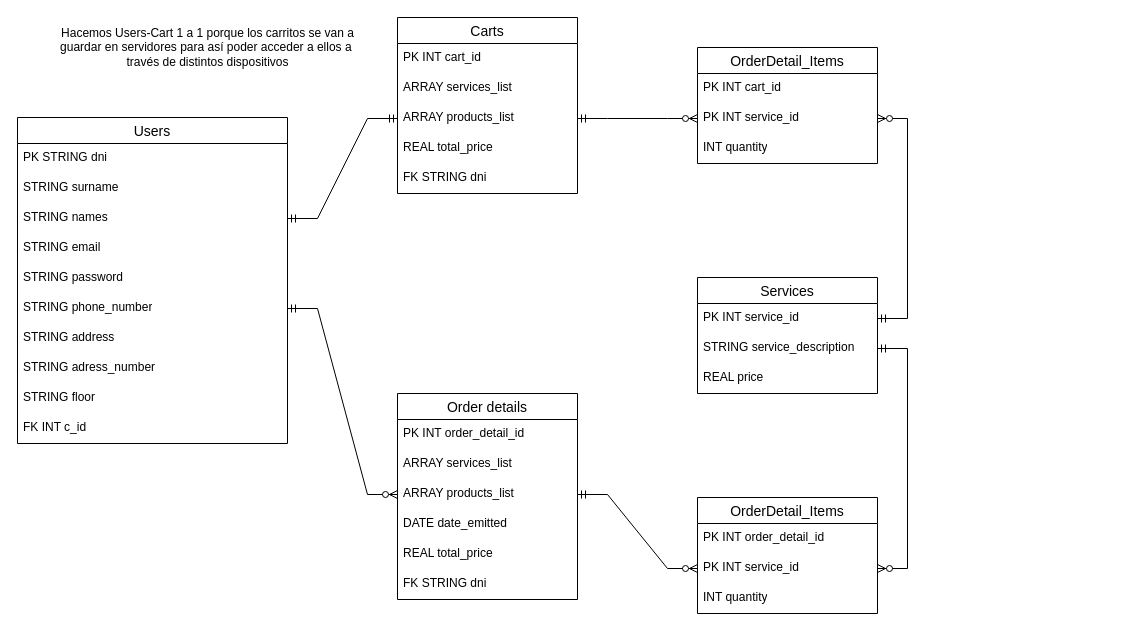
Earlier version of the draw.io diagram archivos/BD.drawio (nicolasRuarte/olimpiadas-fvhn). Source tidied: cells renumbered, new cells numbered last; positions are measured from the earlier drawing's top-left corner, leaving out a move shared by most shapes. Both pictures are drawn from the tidied source at 100%, with x=0, y=0 at pixel (17, 17).
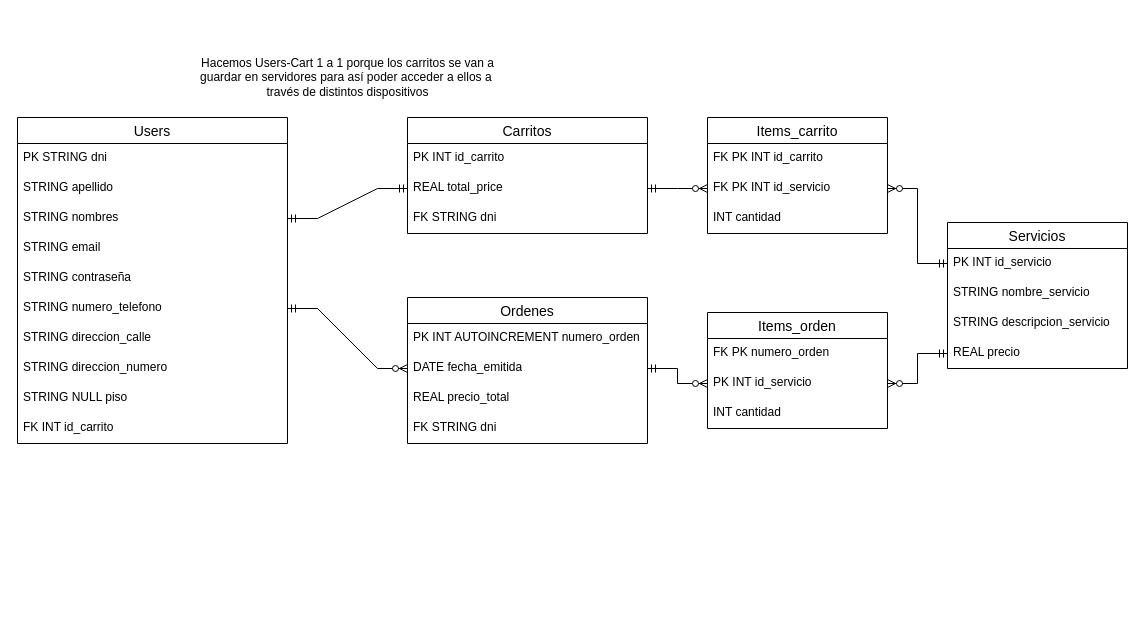
After the change.

Commit message:
Traduciendo diagrama a español

The change refers to these unchanged cells:
```xml
<mxCell id="2" value="Users" style="swimlane;fontStyle=0;horizontal=1;startSize=26;align=center;fontSize=14;" parent="1" vertex="1">
  <mxGeometry y="100" width="270" height="326" as="geometry" />
</mxCell>
```

Diff of the diagram source:
```diff
@@
-    <mxCell id="4" value="STRING surname" style="text;strokeColor=none;fillColor=none;spacingLeft=4;spacingRight=4;overflow=hidden;fontSize=12;whiteSpace=wrap;html=1;" parent="2" vertex="1">
+    <mxCell id="4" value="STRING apellido" style="text;strokeColor=none;fillColor=none;spacingLeft=4;spacingRight=4;overflow=hidden;fontSize=12;whiteSpace=wrap;html=1;" parent="2" vertex="1">
       <mxGeometry y="56" width="270" height="30" as="geometry" />
     </mxCell>
-    <mxCell id="5" value="STRING names" style="text;strokeColor=none;fillColor=none;spacingLeft=4;spacingRight=4;overflow=hidden;points=[[0,0.5],[1,0.5]];portConstraint=eastwest;fontSize=12;whiteSpace=wrap;html=1;" parent="2" vertex="1">
+    <mxCell id="5" value="STRING nombres" style="text;strokeColor=none;fillColor=none;spacingLeft=4;spacingRight=4;overflow=hidden;points=[[0,0.5],[1,0.5]];portConstraint=eastwest;fontSize=12;whiteSpace=wrap;html=1;" parent="2" vertex="1">
       <mxGeometry y="86" width="270" height="30" as="geometry" />
     </mxCell>
@@
-    <mxCell id="7" value="STRING password" style="text;strokeColor=none;fillColor=none;spacingLeft=4;spacingRight=4;overflow=hidden;fontSize=12;whiteSpace=wrap;html=1;" parent="2" vertex="1">
+    <mxCell id="7" value="STRING contraseña" style="text;strokeColor=none;fillColor=none;spacingLeft=4;spacingRight=4;overflow=hidden;fontSize=12;whiteSpace=wrap;html=1;" parent="2" vertex="1">
       <mxGeometry y="146" width="270" height="30" as="geometry" />
     </mxCell>
-    <mxCell id="8" value="STRING phone_number" style="text;strokeColor=none;fillColor=none;spacingLeft=4;spacingRight=4;overflow=hidden;points=[[0,0.5],[1,0.5]];portConstraint=eastwest;fontSize=12;whiteSpace=wrap;html=1;" parent="2" vertex="1">
+    <mxCell id="8" value="STRING numero_telefono" style="text;strokeColor=none;fillColor=none;spacingLeft=4;spacingRight=4;overflow=hidden;points=[[0,0.5],[1,0.5]];portConstraint=eastwest;fontSize=12;whiteSpace=wrap;html=1;" parent="2" vertex="1">
       <mxGeometry y="176" width="270" height="30" as="geometry" />
     </mxCell>
-    <mxCell id="9" value="STRING address" style="text;strokeColor=none;fillColor=none;spacingLeft=4;spacingRight=4;overflow=hidden;fontSize=12;whiteSpace=wrap;html=1;" parent="2" vertex="1">
+    <mxCell id="9" value="STRING direccion_calle" style="text;strokeColor=none;fillColor=none;spacingLeft=4;spacingRight=4;overflow=hidden;fontSize=12;whiteSpace=wrap;html=1;" parent="2" vertex="1">
       <mxGeometry y="206" width="270" height="30" as="geometry" />
     </mxCell>
-    <mxCell id="10" value="STRING adress_number" style="text;strokeColor=none;fillColor=none;spacingLeft=4;spacingRight=4;overflow=hidden;fontSize=12;whiteSpace=wrap;html=1;" parent="2" vertex="1">
+    <mxCell id="10" value="STRING direccion_numero" style="text;strokeColor=none;fillColor=none;spacingLeft=4;spacingRight=4;overflow=hidden;fontSize=12;whiteSpace=wrap;html=1;" parent="2" vertex="1">
       <mxGeometry y="236" width="270" height="30" as="geometry" />
     </mxCell>
-    <mxCell id="11" value="STRING floor" style="text;strokeColor=none;fillColor=none;spacingLeft=4;spacingRight=4;overflow=hidden;fontSize=12;whiteSpace=wrap;html=1;" parent="2" vertex="1">
+    <mxCell id="11" value="STRING NULL piso" style="text;strokeColor=none;fillColor=none;spacingLeft=4;spacingRight=4;overflow=hidden;fontSize=12;whiteSpace=wrap;html=1;" parent="2" vertex="1">
       <mxGeometry y="266" width="270" height="30" as="geometry" />
     </mxCell>
-    <mxCell id="12" value="FK INT c_id" style="text;strokeColor=none;fillColor=none;spacingLeft=4;spacingRight=4;overflow=hidden;fontSize=12;whiteSpace=wrap;html=1;" parent="2" vertex="1">
+    <mxCell id="12" value="FK INT id_carrito" style="text;strokeColor=none;fillColor=none;spacingLeft=4;spacingRight=4;overflow=hidden;fontSize=12;whiteSpace=wrap;html=1;" parent="2" vertex="1">
       <mxGeometry y="296" width="270" height="30" as="geometry" />
     </mxCell>
-    <mxCell id="13" value="Services" style="swimlane;fontStyle=0;horizontal=1;startSize=26;align=center;fontSize=14;" parent="1" vertex="1">
-      <mxGeometry x="680" y="260" width="180" height="116" as="geometry" />
+    <mxCell id="13" value="Servicios" style="swimlane;fontStyle=0;horizontal=1;startSize=26;align=center;fontSize=14;" parent="1" vertex="1">
+      <mxGeometry x="930" y="205" width="180" height="146" as="geometry" />
     </mxCell>
-    <mxCell id="14" value="PK INT service_id" style="text;strokeColor=none;fillColor=none;spacingLeft=4;spacingRight=4;overflow=hidden;points=[[0,0.5],[1,0.5]];portConstraint=eastwest;fontSize=12;whiteSpace=wrap;html=1;" parent="13" vertex="1">
+    <mxCell id="14" value="PK INT id_servicio" style="text;strokeColor=none;fillColor=none;spacingLeft=4;spacingRight=4;overflow=hidden;points=[[0,0.5],[1,0.5]];portConstraint=eastwest;fontSize=12;whiteSpace=wrap;html=1;" parent="13" vertex="1">
       <mxGeometry y="26" width="180" height="30" as="geometry" />
     </mxCell>
-    <mxCell id="15" value="STRING service_description" style="text;strokeColor=none;fillColor=none;spacingLeft=4;spacingRight=4;overflow=hidden;points=[[0,0.5],[1,0.5]];portConstraint=eastwest;fontSize=12;whiteSpace=wrap;html=1;" parent="13" vertex="1">
+    <mxCell id="15" value="STRING nombre_servicio" style="text;strokeColor=none;fillColor=none;spacingLeft=4;spacingRight=4;overflow=hidden;points=[[0,0.5],[1,0.5]];portConstraint=eastwest;fontSize=12;whiteSpace=wrap;html=1;" parent="13" vertex="1">
       <mxGeometry y="56" width="180" height="30" as="geometry" />
     </mxCell>
+    <mxCell id="45" value="STRING descripcion_servicio" style="text;strokeColor=none;fillColor=none;spacingLeft=4;spacingRight=4;overflow=hidden;fontSize=12;whiteSpace=wrap;html=1;" parent="13" vertex="1">
+      <mxGeometry y="86" width="180" height="30" as="geometry" />
+    </mxCell>
-    <mxCell id="16" value="REAL price" style="text;strokeColor=none;fillColor=none;spacingLeft=4;spacingRight=4;overflow=hidden;points=[[0,0.5],[1,0.5]];portConstraint=eastwest;fontSize=12;whiteSpace=wrap;html=1;" parent="13" vertex="1">
-      <mxGeometry y="86" width="180" height="30" as="geometry" />
+    <mxCell id="16" value="REAL precio" style="text;strokeColor=none;fillColor=none;spacingLeft=4;spacingRight=4;overflow=hidden;points=[[0,0.5],[1,0.5]];portConstraint=eastwest;fontSize=12;whiteSpace=wrap;html=1;" parent="13" vertex="1">
+      <mxGeometry y="116" width="180" height="30" as="geometry" />
     </mxCell>
-    <mxCell id="17" value="Carts" style="swimlane;fontStyle=0;horizontal=1;startSize=26;align=center;fontSize=14;" parent="1" vertex="1">
-      <mxGeometry x="380" width="180" height="176" as="geometry" />
+    <mxCell id="17" value="Carritos" style="swimlane;fontStyle=0;horizontal=1;startSize=26;align=center;fontSize=14;" parent="1" vertex="1">
+      <mxGeometry x="390" y="100" width="240" height="116" as="geometry" />
     </mxCell>
-    <mxCell id="18" value="PK INT cart_id" style="text;strokeColor=none;fillColor=none;spacingLeft=4;spacingRight=4;overflow=hidden;fontSize=12;whiteSpace=wrap;html=1;" parent="17" vertex="1">
-      <mxGeometry y="26" width="180" height="30" as="geometry" />
+    <mxCell id="18" value="PK INT id_carrito" style="text;strokeColor=none;fillColor=none;spacingLeft=4;spacingRight=4;overflow=hidden;fontSize=12;whiteSpace=wrap;html=1;" parent="17" vertex="1">
+      <mxGeometry y="26" width="240" height="30" as="geometry" />
     </mxCell>
-    <mxCell id="19" value="ARRAY services_list" style="text;strokeColor=none;fillColor=none;spacingLeft=4;spacingRight=4;overflow=hidden;fontSize=12;whiteSpace=wrap;html=1;" parent="17" vertex="1">
-      <mxGeometry y="56" width="180" height="30" as="geometry" />
-    </mxCell>
-    <mxCell id="20" value="ARRAY products_list" style="text;strokeColor=none;fillColor=none;spacingLeft=4;spacingRight=4;overflow=hidden;points=[[0,0.5],[1,0.5]];portConstraint=eastwest;fontSize=12;whiteSpace=wrap;html=1;" parent="17" vertex="1">
-      <mxGeometry y="86" width="180" height="30" as="geometry" />
-    </mxCell>
     <mxCell id="21" value="REAL total_price" style="text;strokeColor=none;fillColor=none;spacingLeft=4;spacingRight=4;overflow=hidden;points=[[0,0.5],[1,0.5]];portConstraint=eastwest;fontSize=12;whiteSpace=wrap;html=1;" parent="17" vertex="1">
-      <mxGeometry y="116" width="180" height="30" as="geometry" />
+      <mxGeometry y="56" width="240" height="30" as="geometry" />
     </mxCell>
     <mxCell id="22" value="FK STRING dni" style="text;strokeColor=none;fillColor=none;spacingLeft=4;spacingRight=4;overflow=hidden;fontSize=12;whiteSpace=wrap;html=1;" parent="17" vertex="1">
-      <mxGeometry y="146" width="180" height="30" as="geometry" />
+      <mxGeometry y="86" width="240" height="30" as="geometry" />
     </mxCell>
-    <mxCell id="23" value="Order details" style="swimlane;fontStyle=0;horizontal=1;startSize=26;align=center;fontSize=14;" parent="1" vertex="1">
-      <mxGeometry x="380" y="376" width="180" height="206" as="geometry" />
+    <mxCell id="23" value="Ordenes" style="swimlane;fontStyle=0;horizontal=1;startSize=26;align=center;fontSize=14;" parent="1" vertex="1">
+      <mxGeometry x="390" y="280" width="240" height="146" as="geometry" />
     </mxCell>
-    <mxCell id="24" value="PK INT order_detail_id" style="text;strokeColor=none;fillColor=none;spacingLeft=4;spacingRight=4;overflow=hidden;fontSize=12;whiteSpace=wrap;html=1;" parent="23" vertex="1">
-      <mxGeometry y="26" width="180" height="30" as="geometry" />
+    <mxCell id="24" value="PK INT AUTOINCREMENT numero_orden" style="text;strokeColor=none;fillColor=none;spacingLeft=4;spacingRight=4;overflow=hidden;fontSize=12;whiteSpace=wrap;html=1;" parent="23" vertex="1">
+      <mxGeometry y="26" width="240" height="30" as="geometry" />
     </mxCell>
-    <mxCell id="25" value="ARRAY services_list" style="text;strokeColor=none;fillColor=none;spacingLeft=4;spacingRight=4;overflow=hidden;fontSize=12;whiteSpace=wrap;html=1;" parent="23" vertex="1">
-      <mxGeometry y="56" width="180" height="30" as="geometry" />
-    </mxCell>
-    <mxCell id="26" value="ARRAY products_list" style="text;strokeColor=none;fillColor=none;spacingLeft=4;spacingRight=4;overflow=hidden;points=[[0,0.5],[1,0.5]];portConstraint=eastwest;fontSize=12;whiteSpace=wrap;html=1;" parent="23" vertex="1">
-      <mxGeometry y="86" width="180" height="30" as="geometry" />
-    </mxCell>
-    <mxCell id="27" value="DATE date_emitted" style="text;strokeColor=none;fillColor=none;spacingLeft=4;spacingRight=4;overflow=hidden;points=[[0,0.5],[1,0.5]];portConstraint=eastwest;fontSize=12;whiteSpace=wrap;html=1;" parent="23" vertex="1">
-      <mxGeometry y="116" width="180" height="30" as="geometry" />
+    <mxCell id="27" value="DATE fecha_emitida" style="text;strokeColor=none;fillColor=none;spacingLeft=4;spacingRight=4;overflow=hidden;points=[[0,0.5],[1,0.5]];portConstraint=eastwest;fontSize=12;whiteSpace=wrap;html=1;" parent="23" vertex="1">
+      <mxGeometry y="56" width="240" height="30" as="geometry" />
     </mxCell>
-    <mxCell id="28" value="REAL total_price" style="text;strokeColor=none;fillColor=none;spacingLeft=4;spacingRight=4;overflow=hidden;fontSize=12;whiteSpace=wrap;html=1;" parent="23" vertex="1">
-      <mxGeometry y="146" width="180" height="30" as="geometry" />
+    <mxCell id="28" value="REAL precio_total" style="text;strokeColor=none;fillColor=none;spacingLeft=4;spacingRight=4;overflow=hidden;fontSize=12;whiteSpace=wrap;html=1;" parent="23" vertex="1">
+      <mxGeometry y="86" width="240" height="30" as="geometry" />
     </mxCell>
     <mxCell id="29" value="FK STRING dni" style="text;strokeColor=none;fillColor=none;spacingLeft=4;spacingRight=4;overflow=hidden;fontSize=12;whiteSpace=wrap;html=1;" parent="23" vertex="1">
-      <mxGeometry y="176" width="180" height="30" as="geometry" />
+      <mxGeometry y="116" width="240" height="30" as="geometry" />
     </mxCell>
     <mxCell id="30" value="Hacemos Users-Cart 1 a 1 porque los carritos se van a&lt;div&gt;guardar en servidores para así poder acceder a ellos a&amp;nbsp;&lt;/div&gt;&lt;div&gt;través de distintos dispositivos&lt;/div&gt;" style="text;html=1;align=center;verticalAlign=middle;strokeColor=none;fillColor=none;" parent="1" vertex="1">
-      <mxGeometry x="30" width="320" height="60" as="geometry" />
+      <mxGeometry x="170" y="30" width="320" height="60" as="geometry" />
     </mxCell>
-    <mxCell id="31" value="OrderDetail_Items" style="swimlane;fontStyle=0;horizontal=1;startSize=26;align=center;fontSize=14;" parent="1" vertex="1">
-      <mxGeometry x="680" y="480" width="180" height="116" as="geometry" />
+    <mxCell id="31" value="Items_orden" style="swimlane;fontStyle=0;horizontal=1;startSize=26;align=center;fontSize=14;" parent="1" vertex="1">
+      <mxGeometry x="690" y="295" width="180" height="116" as="geometry" />
     </mxCell>
-    <mxCell id="32" value="PK INT order_detail_id" style="text;strokeColor=none;fillColor=none;spacingLeft=4;spacingRight=4;overflow=hidden;fontSize=12;whiteSpace=wrap;html=1;" parent="31" vertex="1">
+    <mxCell id="32" value="FK PK numero_orden" style="text;strokeColor=none;fillColor=none;spacingLeft=4;spacingRight=4;overflow=hidden;fontSize=12;whiteSpace=wrap;html=1;" parent="31" vertex="1">
       <mxGeometry y="26" width="180" height="30" as="geometry" />
     </mxCell>
-    <mxCell id="33" value="PK INT service_id" style="text;strokeColor=none;fillColor=none;spacingLeft=4;spacingRight=4;overflow=hidden;points=[[0,0.5],[1,0.5]];portConstraint=eastwest;fontSize=12;whiteSpace=wrap;html=1;" parent="31" vertex="1">
+    <mxCell id="33" value="PK INT id_servicio" style="text;strokeColor=none;fillColor=none;spacingLeft=4;spacingRight=4;overflow=hidden;points=[[0,0.5],[1,0.5]];portConstraint=eastwest;fontSize=12;whiteSpace=wrap;html=1;" parent="31" vertex="1">
       <mxGeometry y="56" width="180" height="30" as="geometry" />
     </mxCell>
-    <mxCell id="34" value="INT quantity" style="text;strokeColor=none;fillColor=none;spacingLeft=4;spacingRight=4;overflow=hidden;fontSize=12;whiteSpace=wrap;html=1;" parent="31" vertex="1">
+    <mxCell id="34" value="INT cantidad" style="text;strokeColor=none;fillColor=none;spacingLeft=4;spacingRight=4;overflow=hidden;fontSize=12;whiteSpace=wrap;html=1;" parent="31" vertex="1">
       <mxGeometry y="86" width="180" height="30" as="geometry" />
     </mxCell>
-    <mxCell id="35" style="edgeStyle=entityRelationEdgeStyle;fontSize=12;html=1;endArrow=ERmandOne;startArrow=ERmandOne;rounded=0;exitX=1;exitY=0.5;exitDx=0;exitDy=0;entryX=0;entryY=0.5;entryDx=0;entryDy=0;" parent="1" edge="1" source="5" target="20">
+    <mxCell id="35" style="edgeStyle=entityRelationEdgeStyle;fontSize=12;html=1;endArrow=ERmandOne;startArrow=ERmandOne;rounded=0;exitX=1;exitY=0.5;exitDx=0;exitDy=0;entryX=0;entryY=0.5;entryDx=0;entryDy=0;" parent="1" edge="1" source="5" target="21">
       <mxGeometry relative="1" as="geometry" />
     </mxCell>
-    <mxCell id="36" style="edgeStyle=entityRelationEdgeStyle;fontSize=12;html=1;endArrow=ERzeroToMany;startArrow=ERmandOne;rounded=0;entryX=0;entryY=0.5;entryDx=0;entryDy=0;" parent="1" edge="1" source="8" target="26">
+    <mxCell id="36" style="edgeStyle=entityRelationEdgeStyle;fontSize=12;html=1;endArrow=ERzeroToMany;startArrow=ERmandOne;rounded=0;entryX=0;entryY=0.5;entryDx=0;entryDy=0;" parent="1" edge="1" source="8" target="27">
       <mxGeometry relative="1" as="geometry" />
     </mxCell>
-    <mxCell id="37" style="edgeStyle=entityRelationEdgeStyle;fontSize=12;html=1;endArrow=ERzeroToMany;startArrow=ERmandOne;rounded=0;exitX=1;exitY=0.5;exitDx=0;exitDy=0;entryX=0;entryY=0.5;entryDx=0;entryDy=0;" parent="1" edge="1" source="26">
-      <mxGeometry relative="1" as="geometry">
-        <mxPoint x="680" y="551" as="targetPoint" />
-      </mxGeometry>
+    <mxCell id="37" style="edgeStyle=entityRelationEdgeStyle;fontSize=12;html=1;endArrow=ERzeroToMany;startArrow=ERmandOne;rounded=0;exitX=1;exitY=0.5;exitDx=0;exitDy=0;entryX=0;entryY=0.5;entryDx=0;entryDy=0;" parent="1" edge="1" source="27" target="33">
+      <mxGeometry relative="1" as="geometry" />
     </mxCell>
-    <mxCell id="38" style="edgeStyle=entityRelationEdgeStyle;fontSize=12;html=1;endArrow=ERzeroToMany;startArrow=ERmandOne;rounded=0;entryX=1;entryY=0.5;entryDx=0;entryDy=0;exitX=1;exitY=0.5;exitDx=0;exitDy=0;" parent="1" edge="1" source="15" target="33">
+    <mxCell id="38" style="edgeStyle=entityRelationEdgeStyle;fontSize=12;html=1;endArrow=ERzeroToMany;startArrow=ERmandOne;rounded=0;entryX=1;entryY=0.5;entryDx=0;entryDy=0;exitX=0;exitY=0.5;exitDx=0;exitDy=0;" parent="1" edge="1" source="16" target="33">
       <mxGeometry relative="1" as="geometry">
         <Array as="points">
           <mxPoint x="880" y="453" />
           <mxPoint x="880" y="460" />
           <mxPoint x="890" y="510" />
         </Array>
       </mxGeometry>
     </mxCell>
-    <mxCell id="39" value="OrderDetail_Items" style="swimlane;fontStyle=0;horizontal=1;startSize=26;align=center;fontSize=14;" parent="1" vertex="1">
-      <mxGeometry x="680" y="30" width="180" height="116" as="geometry" />
+    <mxCell id="39" value="Items_carrito" style="swimlane;fontStyle=0;horizontal=1;startSize=26;align=center;fontSize=14;" parent="1" vertex="1">
+      <mxGeometry x="690" y="100" width="180" height="116" as="geometry" />
     </mxCell>
-    <mxCell id="40" value="PK INT cart_id" style="text;strokeColor=none;fillColor=none;spacingLeft=4;spacingRight=4;overflow=hidden;fontSize=12;whiteSpace=wrap;html=1;" parent="39" vertex="1">
+    <mxCell id="40" value="FK PK INT id_carrito" style="text;strokeColor=none;fillColor=none;spacingLeft=4;spacingRight=4;overflow=hidden;fontSize=12;whiteSpace=wrap;html=1;" parent="39" vertex="1">
       <mxGeometry y="26" width="180" height="30" as="geometry" />
     </mxCell>
-    <mxCell id="41" value="PK INT service_id" style="text;strokeColor=none;fillColor=none;spacingLeft=4;spacingRight=4;overflow=hidden;points=[[0,0.5],[1,0.5]];portConstraint=eastwest;fontSize=12;whiteSpace=wrap;html=1;" parent="39" vertex="1">
+    <mxCell id="41" value="FK PK INT id_servicio" style="text;strokeColor=none;fillColor=none;spacingLeft=4;spacingRight=4;overflow=hidden;points=[[0,0.5],[1,0.5]];portConstraint=eastwest;fontSize=12;whiteSpace=wrap;html=1;" parent="39" vertex="1">
       <mxGeometry y="56" width="180" height="30" as="geometry" />
     </mxCell>
-    <mxCell id="42" value="INT quantity" style="text;strokeColor=none;fillColor=none;spacingLeft=4;spacingRight=4;overflow=hidden;fontSize=12;whiteSpace=wrap;html=1;" parent="39" vertex="1">
+    <mxCell id="42" value="INT cantidad" style="text;strokeColor=none;fillColor=none;spacingLeft=4;spacingRight=4;overflow=hidden;fontSize=12;whiteSpace=wrap;html=1;" parent="39" vertex="1">
       <mxGeometry y="86" width="180" height="30" as="geometry" />
     </mxCell>
-    <mxCell id="43" style="edgeStyle=entityRelationEdgeStyle;fontSize=12;html=1;endArrow=ERzeroToMany;startArrow=ERmandOne;rounded=0;entryX=0;entryY=0.5;entryDx=0;entryDy=0;exitX=1;exitY=0.5;exitDx=0;exitDy=0;" parent="1" edge="1" source="20" target="41">
+    <mxCell id="43" style="edgeStyle=entityRelationEdgeStyle;fontSize=12;html=1;endArrow=ERzeroToMany;startArrow=ERmandOne;rounded=0;entryX=0;entryY=0.5;entryDx=0;entryDy=0;exitX=1;exitY=0.5;exitDx=0;exitDy=0;" parent="1" edge="1" source="21" target="41">
       <mxGeometry relative="1" as="geometry">
         <Array as="points">
           <mxPoint x="890" y="463" />
           <mxPoint x="890" y="470" />
           <mxPoint x="900" y="520" />
         </Array>
       </mxGeometry>
     </mxCell>
-    <mxCell id="44" style="edgeStyle=entityRelationEdgeStyle;fontSize=12;html=1;endArrow=ERzeroToMany;startArrow=ERmandOne;rounded=0;exitX=1;exitY=0.5;exitDx=0;exitDy=0;entryX=1;entryY=0.5;entryDx=0;entryDy=0;" parent="1" edge="1" source="14" target="41">
+    <mxCell id="44" style="edgeStyle=entityRelationEdgeStyle;fontSize=12;html=1;endArrow=ERzeroToMany;startArrow=ERmandOne;rounded=0;exitX=0;exitY=0.5;exitDx=0;exitDy=0;entryX=1;entryY=0.5;entryDx=0;entryDy=0;" parent="1" edge="1" source="14" target="41">
       <mxGeometry relative="1" as="geometry">
         <Array as="points">
           <mxPoint x="900" y="473" />
           <mxPoint x="900" y="480" />
           <mxPoint x="910" y="530" />
         </Array>
       </mxGeometry>
     </mxCell>
```
